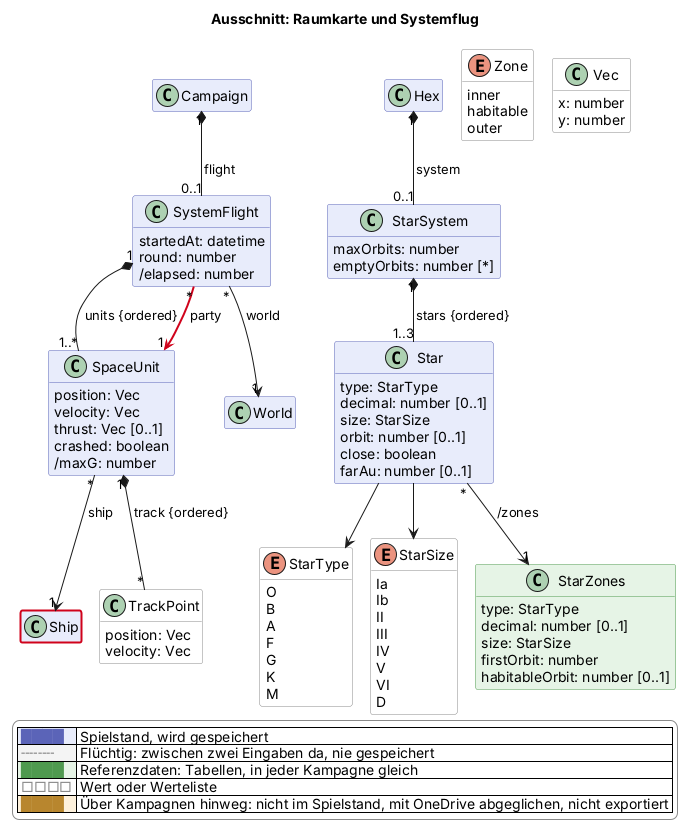
scuzzar/SRE keeps this PlantUML diagram as docs/views/raum.png. Above is the earlier version.
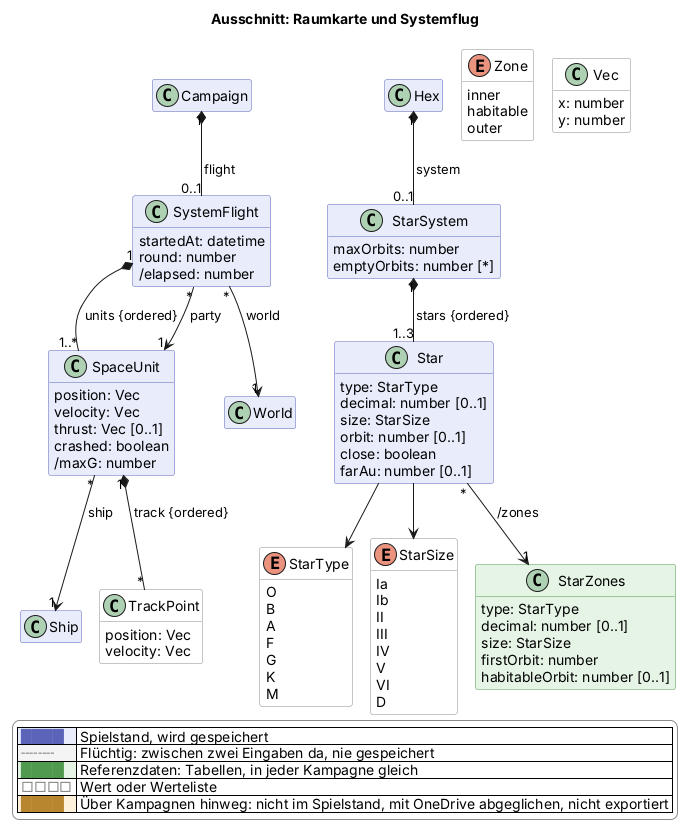
Above is the later version.

Change to the diagram source:
```diff
@@ -152,7 +152,7 @@
 SystemFlight "*" --> "1" World : world
 SystemFlight "1" *-- "1..*" SpaceUnit : units {ordered}
 SpaceUnit "*" --> "1" Ship : ship
-SystemFlight "*" -$newArrow("2026-11-21b")-> "1" SpaceUnit : party
+SystemFlight "*" --> "1" SpaceUnit : party
 SpaceUnit "1" *-- "*" TrackPoint : track {ordered}
 Hex "1" *-- "0..1" StarSystem : system
 StarSystem "1" *-- "1..3" Star : stars {ordered}
@@ -179,5 +179,4 @@
   |<#ffffff> <color:#8a8a8a>□□□□</color> | Wert oder Werteliste |
   |<#fdf1dc> <color:#b8862e>████</color> | Über Kampagnen hinweg: nicht im Spielstand, mit OneDrive abgeglichen, nicht exportiert |
 endlegend
-class Ship #line:d0021b;line.bold
 @enduml
```
